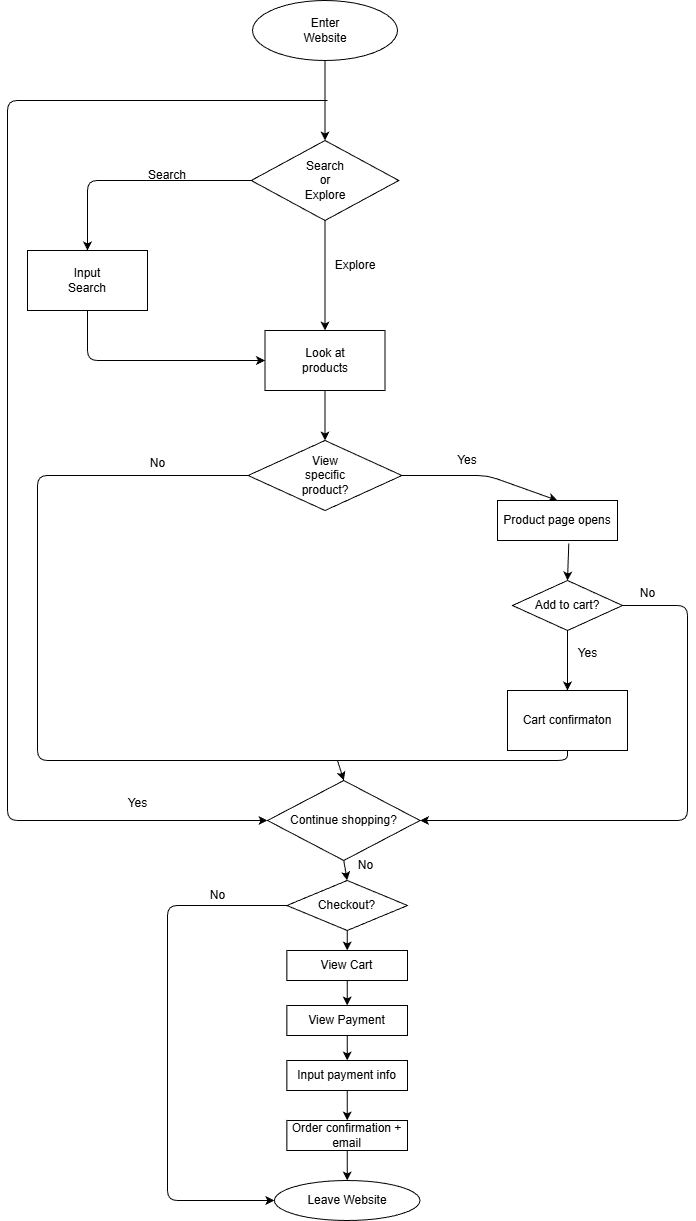
Before: explore/diagramming/diagram.drawio.png, a diagram exported from draw.io (Omark4321/sp26-cse110-lab4). Source tidied: cells renumbered, new cells last; positions are measured from the earlier drawing's top-left corner, leaving out a move shared by most shapes.
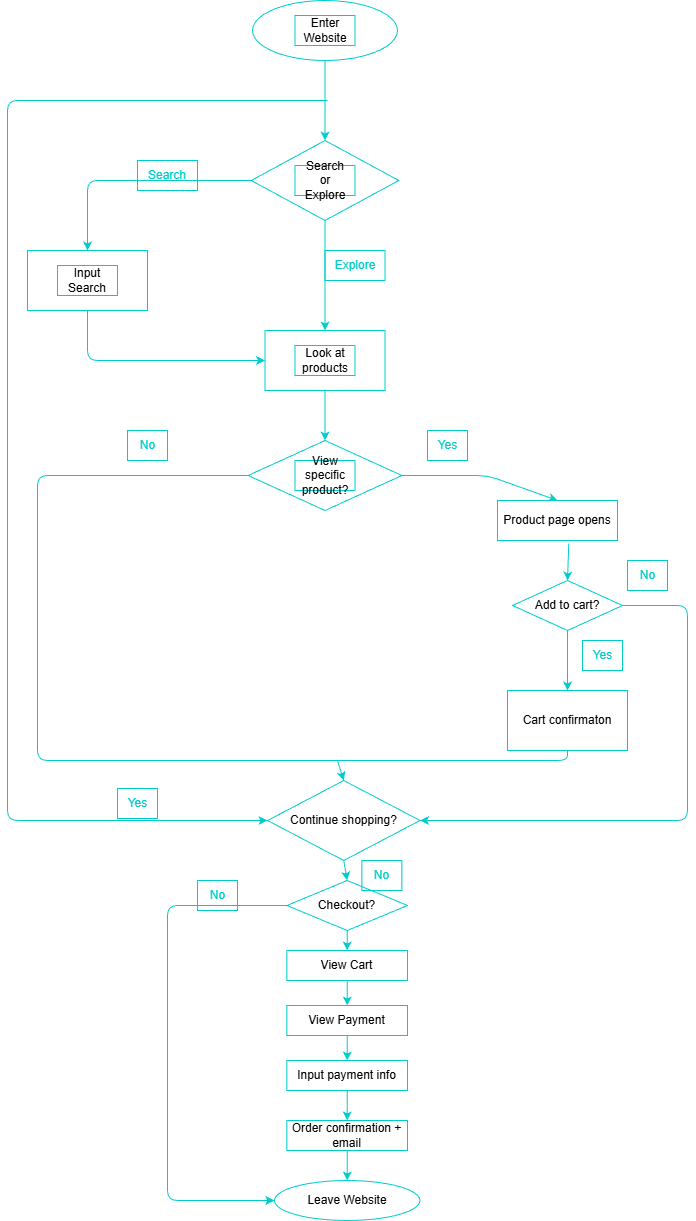
After the change.

Commit message:
updated colors for diagram

The edit, as a diff of the source:
```diff
@@ -2,22 +2,22 @@
   <root>
     <mxCell id="0" />
     <mxCell id="1" parent="0" />
-    <mxCell id="2" style="ellipse;whiteSpace=wrap;html=1;" parent="1" vertex="1">
+    <mxCell id="2" style="ellipse;whiteSpace=wrap;html=1;strokeColor=#00CCCC;" parent="1" vertex="1">
       <mxGeometry x="245" width="145" height="60" as="geometry" />
     </mxCell>
-    <mxCell id="3" value="Enter Website" style="text;html=1;align=center;verticalAlign=middle;whiteSpace=wrap;rounded=0;" parent="1" vertex="1">
+    <mxCell id="3" value="Enter Website" style="text;html=1;align=center;verticalAlign=middle;whiteSpace=wrap;rounded=0;strokeColor=#00CCCC;" parent="1" vertex="1">
       <mxGeometry x="287.5" y="15" width="60" height="30" as="geometry" />
     </mxCell>
-    <mxCell id="4" style="rhombus;whiteSpace=wrap;html=1;" parent="1" vertex="1">
+    <mxCell id="4" style="rhombus;whiteSpace=wrap;html=1;strokeColor=#00CCCC;" parent="1" vertex="1">
       <mxGeometry x="243.8" y="140" width="147.5" height="80" as="geometry" />
     </mxCell>
-    <mxCell id="5" value="Search&lt;div&gt;&lt;font color=&quot;#000000&quot;&gt;or&lt;br&gt;&lt;/font&gt;Explore&lt;/div&gt;" style="text;html=1;align=center;verticalAlign=middle;whiteSpace=wrap;rounded=0;" parent="1" vertex="1">
+    <mxCell id="5" value="Search&lt;div&gt;&lt;font color=&quot;#000000&quot;&gt;or&lt;br&gt;&lt;/font&gt;Explore&lt;/div&gt;" style="text;html=1;align=center;verticalAlign=middle;whiteSpace=wrap;rounded=0;strokeColor=#00CCCC;" parent="1" vertex="1">
       <mxGeometry x="287.5" y="165" width="60" height="30" as="geometry" />
     </mxCell>
-    <mxCell id="6" style="endArrow=classic;html=1;exitX=0.5;exitY=1;exitDx=0;exitDy=0;entryX=0.5;entryY=0;entryDx=0;entryDy=0;" parent="1" edge="1" source="2" target="4">
+    <mxCell id="6" style="endArrow=classic;html=1;exitX=0.5;exitY=1;exitDx=0;exitDy=0;entryX=0.5;entryY=0;entryDx=0;entryDy=0;strokeColor=#00CCCC;" parent="1" edge="1" source="2" target="4">
       <mxGeometry relative="1" as="geometry" />
     </mxCell>
-    <mxCell id="7" style="endArrow=classic;html=1;entryX=0;entryY=0.5;entryDx=0;entryDy=0;" parent="1" edge="1" target="26">
+    <mxCell id="7" style="endArrow=classic;html=1;entryX=0;entryY=0.5;entryDx=0;entryDy=0;strokeColor=#00CCCC;" parent="1" edge="1" target="26">
       <mxGeometry relative="1" as="geometry">
         <mxPoint x="320" y="100" as="sourcePoint" />
         <Array as="points">
@@ -26,84 +26,81 @@
         </Array>
       </mxGeometry>
     </mxCell>
-    <mxCell id="8" style="endArrow=classic;html=1;exitX=0;exitY=0.5;exitDx=0;exitDy=0;entryX=0.5;entryY=0;entryDx=0;entryDy=0;" parent="1" edge="1" source="4" target="9">
+    <mxCell id="8" style="endArrow=classic;html=1;exitX=0;exitY=0.5;exitDx=0;exitDy=0;entryX=0.5;entryY=0;entryDx=0;entryDy=0;strokeColor=#00CCCC;" parent="1" edge="1" source="4" target="9">
       <mxGeometry relative="1" as="geometry">
         <Array as="points">
           <mxPoint x="80" y="180" />
         </Array>
       </mxGeometry>
     </mxCell>
-    <mxCell id="9" style="rounded=0;whiteSpace=wrap;html=1;" parent="1" vertex="1">
+    <mxCell id="9" style="rounded=0;whiteSpace=wrap;html=1;strokeColor=#00CCCC;" parent="1" vertex="1">
       <mxGeometry x="20" y="250" width="120" height="60" as="geometry" />
     </mxCell>
-    <mxCell id="10" value="Input Search" style="text;html=1;align=center;verticalAlign=middle;whiteSpace=wrap;rounded=0;" parent="1" vertex="1">
+    <mxCell id="10" value="Input Search" style="text;html=1;align=center;verticalAlign=middle;whiteSpace=wrap;rounded=0;strokeColor=#00CCCC;" parent="1" vertex="1">
       <mxGeometry x="50" y="265" width="60" height="30" as="geometry" />
     </mxCell>
-    <mxCell id="11" style="endArrow=classic;html=1;exitX=0.5;exitY=1;exitDx=0;exitDy=0;" parent="1" edge="1" source="9" target="12">
+    <mxCell id="11" style="endArrow=classic;html=1;exitX=0.5;exitY=1;exitDx=0;exitDy=0;strokeColor=#00CCCC;" parent="1" edge="1" source="9" target="12">
       <mxGeometry relative="1" as="geometry">
         <Array as="points">
           <mxPoint x="80" y="360" />
         </Array>
       </mxGeometry>
     </mxCell>
-    <mxCell id="12" style="rounded=0;whiteSpace=wrap;html=1;" parent="1" vertex="1">
+    <mxCell id="12" style="rounded=0;whiteSpace=wrap;html=1;strokeColor=#00CCCC;" parent="1" vertex="1">
       <mxGeometry x="257.5" y="330" width="120" height="60" as="geometry" />
     </mxCell>
-    <mxCell id="13" style="endArrow=classic;html=1;exitX=0.5;exitY=1;exitDx=0;exitDy=0;entryX=0.5;entryY=0;entryDx=0;entryDy=0;" parent="1" edge="1" source="4" target="12">
+    <mxCell id="13" style="endArrow=classic;html=1;exitX=0.5;exitY=1;exitDx=0;exitDy=0;entryX=0.5;entryY=0;entryDx=0;entryDy=0;strokeColor=#00CCCC;" parent="1" edge="1" source="4" target="12">
       <mxGeometry relative="1" as="geometry" />
     </mxCell>
-    <mxCell id="14" value="Look at products" style="text;html=1;align=center;verticalAlign=middle;whiteSpace=wrap;rounded=0;" parent="1" vertex="1">
+    <mxCell id="14" value="Look at products" style="text;html=1;align=center;verticalAlign=middle;whiteSpace=wrap;rounded=0;strokeColor=#00CCCC;" parent="1" vertex="1">
       <mxGeometry x="287.5" y="345" width="60" height="30" as="geometry" />
     </mxCell>
-    <mxCell id="15" style="rhombus;whiteSpace=wrap;html=1;" parent="1" vertex="1">
+    <mxCell id="15" style="rhombus;whiteSpace=wrap;html=1;strokeColor=#00CCCC;" parent="1" vertex="1">
       <mxGeometry x="240.6" y="440" width="153.8" height="70" as="geometry" />
     </mxCell>
-    <mxCell id="16" style="endArrow=classic;html=1;exitX=0.5;exitY=1;exitDx=0;exitDy=0;entryX=0.5;entryY=0;entryDx=0;entryDy=0;" parent="1" edge="1" source="12" target="15">
+    <mxCell id="16" style="endArrow=classic;html=1;exitX=0.5;exitY=1;exitDx=0;exitDy=0;entryX=0.5;entryY=0;entryDx=0;entryDy=0;strokeColor=#00CCCC;" parent="1" edge="1" source="12" target="15">
       <mxGeometry relative="1" as="geometry" />
     </mxCell>
-    <mxCell id="17" value="View specific product?" style="text;html=1;align=center;verticalAlign=middle;whiteSpace=wrap;rounded=0;" parent="1" vertex="1">
+    <mxCell id="17" value="View specific product?" style="text;html=1;align=center;verticalAlign=middle;whiteSpace=wrap;rounded=0;strokeColor=#00CCCC;" parent="1" vertex="1">
       <mxGeometry x="287.5" y="460" width="60" height="30" as="geometry" />
     </mxCell>
-    <mxCell id="18" style="endArrow=classic;html=1;exitX=1;exitY=0.5;exitDx=0;exitDy=0;entryX=0.5;entryY=0;entryDx=0;entryDy=0;" parent="1" edge="1" source="15" target="19">
+    <mxCell id="18" style="endArrow=classic;html=1;exitX=1;exitY=0.5;exitDx=0;exitDy=0;entryX=0.5;entryY=0;entryDx=0;entryDy=0;strokeColor=#00CCCC;" parent="1" edge="1" source="15" target="19">
       <mxGeometry relative="1" as="geometry">
         <Array as="points">
           <mxPoint x="480" y="475" />
         </Array>
       </mxGeometry>
     </mxCell>
-    <mxCell id="19" value="Product page opens" style="rounded=0;whiteSpace=wrap;html=1;" parent="1" vertex="1">
+    <mxCell id="19" value="Product page opens" style="rounded=0;whiteSpace=wrap;html=1;strokeColor=#00CCCC;" parent="1" vertex="1">
       <mxGeometry x="490" y="500" width="120" height="40" as="geometry" />
     </mxCell>
-    <mxCell id="20" value="Yes" style="text;html=1;align=center;verticalAlign=middle;whiteSpace=wrap;rounded=0;" parent="1" vertex="1">
-      <mxGeometry x="430" y="440" width="60" height="40" as="geometry" />
-    </mxCell>
-    <mxCell id="21" value="Explore" style="text;html=1;align=center;verticalAlign=middle;whiteSpace=wrap;rounded=0;" parent="1" vertex="1">
+    <mxCell id="21" value="&lt;font color=&quot;#00cccc&quot;&gt;Explore&lt;/font&gt;" style="text;html=1;align=center;verticalAlign=middle;whiteSpace=wrap;rounded=0;strokeColor=#00CCCC;" parent="1" vertex="1">
       <mxGeometry x="317.5" y="250" width="60" height="30" as="geometry" />
     </mxCell>
-    <mxCell id="22" value="Search" style="text;html=1;align=center;verticalAlign=middle;whiteSpace=wrap;rounded=0;" parent="1" vertex="1">
+    <mxCell id="22" value="&lt;font color=&quot;#00cccc&quot;&gt;Search&lt;/font&gt;" style="text;html=1;align=center;verticalAlign=middle;whiteSpace=wrap;rounded=0;strokeColor=#00CCCC;" parent="1" vertex="1">
       <mxGeometry x="130" y="160" width="60" height="30" as="geometry" />
     </mxCell>
-    <mxCell id="23" style="edgeStyle=none;html=1;exitX=0.5;exitY=1;exitDx=0;exitDy=0;entryX=0.5;entryY=0;entryDx=0;entryDy=0;" parent="1" edge="1" source="24" target="25">
+    <mxCell id="23" style="edgeStyle=none;html=1;exitX=0.5;exitY=1;exitDx=0;exitDy=0;entryX=0.5;entryY=0;entryDx=0;entryDy=0;strokeColor=#00CCCC;" parent="1" edge="1" source="24" target="25">
       <mxGeometry relative="1" as="geometry" />
     </mxCell>
-    <mxCell id="24" value="Add to cart?" style="rhombus;whiteSpace=wrap;html=1;" parent="1" vertex="1">
+    <mxCell id="24" value="Add to cart?" style="rhombus;whiteSpace=wrap;html=1;strokeColor=#00CCCC;" parent="1" vertex="1">
       <mxGeometry x="505" y="580" width="110" height="50" as="geometry" />
     </mxCell>
-    <mxCell id="25" value="Cart confirmaton" style="rounded=0;whiteSpace=wrap;html=1;" parent="1" vertex="1">
+    <mxCell id="25" value="Cart confirmaton" style="rounded=0;whiteSpace=wrap;html=1;strokeColor=#00CCCC;" parent="1" vertex="1">
       <mxGeometry x="500" y="690" width="120" height="60" as="geometry" />
     </mxCell>
-    <mxCell id="26" value="Continue shopping?" style="rhombus;whiteSpace=wrap;html=1;" parent="1" vertex="1">
+    <mxCell id="26" value="Continue shopping?" style="rhombus;whiteSpace=wrap;html=1;strokeColor=#00CCCC;" parent="1" vertex="1">
       <mxGeometry x="260" y="780" width="152.5" height="80" as="geometry" />
     </mxCell>
-    <mxCell id="27" style="endArrow=classic;html=1;exitX=0.594;exitY=1.075;exitDx=0;exitDy=0;exitPerimeter=0;entryX=0.5;entryY=0;entryDx=0;entryDy=0;" parent="1" edge="1" source="19" target="24">
+    <mxCell id="27" style="endArrow=classic;html=1;exitX=0.594;exitY=1.075;exitDx=0;exitDy=0;exitPerimeter=0;entryX=0.5;entryY=0;entryDx=0;entryDy=0;strokeColor=#00CCCC;" parent="1" edge="1" source="19" target="24">
       <mxGeometry relative="1" as="geometry" />
     </mxCell>
-    <mxCell id="28" style="endArrow=classic;html=1;entryX=0.5;entryY=0;entryDx=0;entryDy=0;" parent="1" edge="1" target="26">
+    <mxCell id="28" style="endArrow=classic;html=1;entryX=0.5;entryY=0;entryDx=0;entryDy=0;strokeColor=#00CCCC;" parent="1" edge="1" target="26">
       <mxGeometry relative="1" as="geometry">
         <mxPoint x="330" y="760" as="sourcePoint" />
       </mxGeometry>
     </mxCell>
-    <mxCell id="29" style="endArrow=classic;html=1;exitX=1;exitY=0.5;exitDx=0;exitDy=0;entryX=1;entryY=0.5;entryDx=0;entryDy=0;" parent="1" edge="1" source="24" target="26">
+    <mxCell id="29" style="endArrow=classic;html=1;exitX=1;exitY=0.5;exitDx=0;exitDy=0;entryX=1;entryY=0.5;entryDx=0;entryDy=0;strokeColor=#00CCCC;" parent="1" edge="1" source="24" target="26">
       <mxGeometry relative="1" as="geometry">
         <Array as="points">
           <mxPoint x="680" y="605" />
@@ -111,7 +108,7 @@
         </Array>
       </mxGeometry>
     </mxCell>
-    <mxCell id="30" style="endArrow=none;html=1;entryX=0;entryY=0.5;entryDx=0;entryDy=0;" parent="1" edge="1" target="15">
+    <mxCell id="30" style="endArrow=none;html=1;entryX=0;entryY=0.5;entryDx=0;entryDy=0;strokeColor=#00CCCC;" parent="1" edge="1" target="15">
       <mxGeometry relative="1" as="geometry">
         <mxPoint x="330" y="760" as="sourcePoint" />
         <Array as="points">
@@ -121,7 +118,7 @@
         </Array>
       </mxGeometry>
     </mxCell>
-    <mxCell id="31" style="endArrow=none;html=1;" parent="1" edge="1">
+    <mxCell id="31" style="endArrow=none;html=1;strokeColor=#00CCCC;" parent="1" edge="1">
       <mxGeometry relative="1" as="geometry">
         <mxPoint x="330" y="760" as="sourcePoint" />
         <mxPoint x="560" y="750" as="targetPoint" />
@@ -130,52 +127,43 @@
         </Array>
       </mxGeometry>
     </mxCell>
-    <mxCell id="32" value="No" style="text;html=1;align=center;verticalAlign=middle;strokeColor=none;fillColor=none;" parent="1" vertex="1">
-      <mxGeometry x="130" y="448" width="40" height="30" as="geometry" />
-    </mxCell>
-    <mxCell id="33" value="Yes" style="text;html=1;align=center;verticalAlign=middle;strokeColor=none;fillColor=none;" parent="1" vertex="1">
+    <mxCell id="33" value="&lt;font color=&quot;#00cccc&quot;&gt;Yes&lt;/font&gt;" style="text;html=1;align=center;verticalAlign=middle;strokeColor=#00CCCC;fillColor=none;" parent="1" vertex="1">
       <mxGeometry x="110" y="788" width="40" height="30" as="geometry" />
     </mxCell>
-    <mxCell id="34" value="Yes" style="text;html=1;align=center;verticalAlign=middle;strokeColor=none;fillColor=none;" parent="1" vertex="1">
-      <mxGeometry x="560" y="638" width="40" height="30" as="geometry" />
-    </mxCell>
-    <mxCell id="35" value="No" style="text;html=1;align=center;verticalAlign=middle;strokeColor=none;fillColor=none;" parent="1" vertex="1">
-      <mxGeometry x="620" y="578" width="40" height="30" as="geometry" />
-    </mxCell>
-    <mxCell id="36" style="edgeStyle=none;html=1;exitX=0.5;exitY=1;exitDx=0;exitDy=0;entryX=0.5;entryY=0;entryDx=0;entryDy=0;" parent="1" edge="1" source="37" target="40">
+    <mxCell id="36" style="edgeStyle=none;html=1;exitX=0.5;exitY=1;exitDx=0;exitDy=0;entryX=0.5;entryY=0;entryDx=0;entryDy=0;strokeColor=#00CCCC;" parent="1" edge="1" source="37" target="40">
       <mxGeometry relative="1" as="geometry" />
     </mxCell>
-    <mxCell id="37" value="Checkout?" style="rhombus;whiteSpace=wrap;html=1;" parent="1" vertex="1">
+    <mxCell id="37" value="Checkout?" style="rhombus;whiteSpace=wrap;html=1;strokeColor=#00CCCC;" parent="1" vertex="1">
       <mxGeometry x="279.4" y="880" width="120.6" height="50" as="geometry" />
     </mxCell>
-    <mxCell id="38" value="Leave Website" style="ellipse;whiteSpace=wrap;html=1;" parent="1" vertex="1">
+    <mxCell id="38" value="Leave Website" style="ellipse;whiteSpace=wrap;html=1;strokeColor=#00CCCC;" parent="1" vertex="1">
       <mxGeometry x="266.9" y="1180" width="145.6" height="40" as="geometry" />
     </mxCell>
-    <mxCell id="39" style="edgeStyle=none;html=1;exitX=0.5;exitY=1;exitDx=0;exitDy=0;entryX=0.5;entryY=0;entryDx=0;entryDy=0;" parent="1" edge="1" source="40" target="44">
+    <mxCell id="39" style="edgeStyle=none;html=1;exitX=0.5;exitY=1;exitDx=0;exitDy=0;entryX=0.5;entryY=0;entryDx=0;entryDy=0;strokeColor=#00CCCC;" parent="1" edge="1" source="40" target="44">
       <mxGeometry relative="1" as="geometry" />
     </mxCell>
-    <mxCell id="40" value="View Cart" style="rounded=0;whiteSpace=wrap;html=1;" parent="1" vertex="1">
+    <mxCell id="40" value="View Cart" style="rounded=0;whiteSpace=wrap;html=1;strokeColor=#00CCCC;" parent="1" vertex="1">
       <mxGeometry x="279.4" y="950" width="120.6" height="30" as="geometry" />
     </mxCell>
-    <mxCell id="41" style="edgeStyle=none;html=1;exitX=0.5;exitY=1;exitDx=0;exitDy=0;entryX=0.5;entryY=0;entryDx=0;entryDy=0;" parent="1" edge="1" source="42" target="46">
+    <mxCell id="41" style="edgeStyle=none;html=1;exitX=0.5;exitY=1;exitDx=0;exitDy=0;entryX=0.5;entryY=0;entryDx=0;entryDy=0;strokeColor=#00CCCC;" parent="1" edge="1" source="42" target="46">
       <mxGeometry relative="1" as="geometry" />
     </mxCell>
-    <mxCell id="42" value="Input payment info" style="rounded=0;whiteSpace=wrap;html=1;" parent="1" vertex="1">
+    <mxCell id="42" value="Input payment info" style="rounded=0;whiteSpace=wrap;html=1;strokeColor=#00CCCC;" parent="1" vertex="1">
       <mxGeometry x="279.4" y="1060" width="120.6" height="30" as="geometry" />
     </mxCell>
-    <mxCell id="43" style="edgeStyle=none;html=1;exitX=0.5;exitY=1;exitDx=0;exitDy=0;entryX=0.5;entryY=0;entryDx=0;entryDy=0;" parent="1" edge="1" source="44" target="42">
+    <mxCell id="43" style="edgeStyle=none;html=1;exitX=0.5;exitY=1;exitDx=0;exitDy=0;entryX=0.5;entryY=0;entryDx=0;entryDy=0;strokeColor=#00CCCC;" parent="1" edge="1" source="44" target="42">
       <mxGeometry relative="1" as="geometry" />
     </mxCell>
-    <mxCell id="44" value="View Payment" style="rounded=0;whiteSpace=wrap;html=1;" parent="1" vertex="1">
+    <mxCell id="44" value="View Payment" style="rounded=0;whiteSpace=wrap;html=1;strokeColor=#00CCCC;" parent="1" vertex="1">
       <mxGeometry x="279.4" y="1005" width="120.6" height="30" as="geometry" />
     </mxCell>
-    <mxCell id="45" style="edgeStyle=none;html=1;exitX=0.5;exitY=1;exitDx=0;exitDy=0;entryX=0.5;entryY=0;entryDx=0;entryDy=0;" parent="1" edge="1" source="46" target="38">
+    <mxCell id="45" style="edgeStyle=none;html=1;exitX=0.5;exitY=1;exitDx=0;exitDy=0;entryX=0.5;entryY=0;entryDx=0;entryDy=0;strokeColor=#00CCCC;" parent="1" edge="1" source="46" target="38">
       <mxGeometry relative="1" as="geometry" />
     </mxCell>
-    <mxCell id="46" value="Order confirmation + email" style="rounded=0;whiteSpace=wrap;html=1;" parent="1" vertex="1">
+    <mxCell id="46" value="Order confirmation + email" style="rounded=0;whiteSpace=wrap;html=1;strokeColor=#00CCCC;" parent="1" vertex="1">
       <mxGeometry x="279.4" y="1120" width="120.6" height="30" as="geometry" />
     </mxCell>
-    <mxCell id="47" style="endArrow=classic;html=1;exitX=0;exitY=0.5;exitDx=0;exitDy=0;entryX=0;entryY=0.5;entryDx=0;entryDy=0;" parent="1" edge="1" source="37" target="38">
+    <mxCell id="47" style="endArrow=classic;html=1;exitX=0;exitY=0.5;exitDx=0;exitDy=0;entryX=0;entryY=0.5;entryDx=0;entryDy=0;strokeColor=#00CCCC;" parent="1" edge="1" source="37" target="38">
       <mxGeometry relative="1" as="geometry">
         <Array as="points">
           <mxPoint x="160" y="905" />
@@ -183,14 +171,26 @@
         </Array>
       </mxGeometry>
     </mxCell>
-    <mxCell id="48" value="No" style="text;html=1;align=center;verticalAlign=middle;strokeColor=none;fillColor=none;" parent="1" vertex="1">
+    <mxCell id="48" value="&lt;font color=&quot;#00cccc&quot;&gt;No&lt;/font&gt;" style="text;html=1;align=center;verticalAlign=middle;strokeColor=#00CCCC;fillColor=none;" parent="1" vertex="1">
       <mxGeometry x="190" y="880" width="40" height="30" as="geometry" />
     </mxCell>
-    <mxCell id="49" style="endArrow=classic;html=1;exitX=0.5;exitY=1;exitDx=0;exitDy=0;entryX=0.5;entryY=0;entryDx=0;entryDy=0;" parent="1" edge="1" source="26" target="37">
+    <mxCell id="49" style="endArrow=classic;html=1;exitX=0.5;exitY=1;exitDx=0;exitDy=0;entryX=0.5;entryY=0;entryDx=0;entryDy=0;strokeColor=#00CCCC;" parent="1" edge="1" source="26" target="37">
       <mxGeometry relative="1" as="geometry" />
     </mxCell>
-    <mxCell id="50" value="No" style="text;html=1;align=center;verticalAlign=middle;strokeColor=none;fillColor=none;" parent="1" vertex="1">
-      <mxGeometry x="337.5" y="850" width="40" height="30" as="geometry" />
-    </mxCell>
+    <mxCell id="51" value="&lt;font color=&quot;#00cccc&quot;&gt;Yes&lt;/font&gt;" style="text;html=1;align=center;verticalAlign=middle;strokeColor=#00CCCC;fillColor=none;" parent="1" vertex="1">
+      <mxGeometry x="420" y="430" width="40" height="30" as="geometry" />
+    </mxCell>
+    <mxCell id="52" value="&lt;font color=&quot;#00cccc&quot;&gt;Yes&lt;/font&gt;" style="text;html=1;align=center;verticalAlign=middle;strokeColor=#00CCCC;fillColor=none;" parent="1" vertex="1">
+      <mxGeometry x="575" y="640" width="40" height="30" as="geometry" />
+    </mxCell>
+    <mxCell id="53" value="&lt;font color=&quot;#00cccc&quot;&gt;No&lt;/font&gt;" style="text;html=1;align=center;verticalAlign=middle;strokeColor=#00CCCC;fillColor=none;" parent="1" vertex="1">
+      <mxGeometry x="354.4" y="860" width="40" height="30" as="geometry" />
+    </mxCell>
+    <mxCell id="54" value="&lt;font color=&quot;#00cccc&quot;&gt;No&lt;/font&gt;" style="text;html=1;align=center;verticalAlign=middle;strokeColor=#00CCCC;fillColor=none;" parent="1" vertex="1">
+      <mxGeometry x="620" y="560" width="40" height="30" as="geometry" />
+    </mxCell>
+    <mxCell id="55" value="&lt;font color=&quot;#00cccc&quot;&gt;No&lt;/font&gt;" style="text;html=1;align=center;verticalAlign=middle;strokeColor=#00CCCC;fillColor=none;" parent="1" vertex="1">
+      <mxGeometry x="120" y="430" width="40" height="30" as="geometry" />
+    </mxCell>
   </root>
 </mxGraphModel>
```
